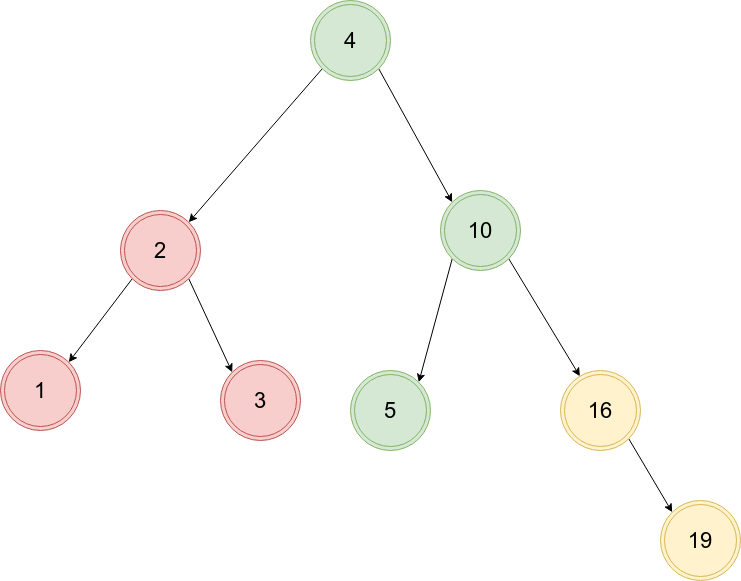
The draw.io diagram algrithem/order_table/sb_ll_右旋.drawio.png in muxicode/c153080686, before a commit. Source tidied: cells renumbered, new cells last; positions are measured from the earlier drawing's top-left corner, leaving out a move shared by most shapes. Its diagram source:
```xml
<mxGraphModel>
  <root>
    <mxCell id="0" />
    <mxCell id="1" parent="0" />
    <mxCell id="2" style="rounded=0;jettySize=auto;html=1;exitX=0;exitY=1;exitDx=0;exitDy=0;entryX=1;entryY=0;entryDx=0;entryDy=0;" parent="1" edge="1" source="4" target="12">
      <mxGeometry relative="1" as="geometry" />
    </mxCell>
    <mxCell id="3" style="rounded=0;jettySize=auto;html=1;exitX=1;exitY=1;exitDx=0;exitDy=0;entryX=0;entryY=0;entryDx=0;entryDy=0;" parent="1" edge="1" source="4" target="9">
      <mxGeometry relative="1" as="geometry" />
    </mxCell>
    <mxCell id="4" value="&lt;span style=&quot;font-size: 22px;&quot;&gt;4&lt;/span&gt;" style="ellipse;shape=doubleEllipse;whiteSpace=wrap;html=1;fillColor=#d5e8d4;strokeColor=#82b366;" parent="1" vertex="1">
      <mxGeometry x="310" width="80" height="80" as="geometry" />
    </mxCell>
    <mxCell id="5" style="rounded=0;jettySize=auto;html=1;exitX=1;exitY=1;exitDx=0;exitDy=0;entryX=0;entryY=0;entryDx=0;entryDy=0;" parent="1" edge="1" source="6" target="13">
      <mxGeometry relative="1" as="geometry" />
    </mxCell>
    <mxCell id="6" value="&lt;font style=&quot;font-size: 22px;&quot;&gt;16&lt;/font&gt;" style="ellipse;shape=doubleEllipse;whiteSpace=wrap;html=1;fillColor=#fff2cc;strokeColor=#d6b656;" parent="1" vertex="1">
      <mxGeometry x="560" y="370" width="80" height="80" as="geometry" />
    </mxCell>
    <mxCell id="7" style="edgeStyle=none;rounded=0;jettySize=auto;html=1;exitX=1;exitY=1;exitDx=0;exitDy=0;" parent="1" edge="1" source="9" target="6">
      <mxGeometry relative="1" as="geometry" />
    </mxCell>
    <mxCell id="8" style="rounded=0;jettySize=auto;html=1;exitX=0;exitY=1;exitDx=0;exitDy=0;entryX=1;entryY=0;entryDx=0;entryDy=0;" parent="1" edge="1" source="9" target="15">
      <mxGeometry relative="1" as="geometry" />
    </mxCell>
    <mxCell id="9" value="&lt;font style=&quot;font-size: 22px;&quot;&gt;10&lt;/font&gt;" style="ellipse;shape=doubleEllipse;whiteSpace=wrap;html=1;fillColor=#d5e8d4;strokeColor=#82b366;" parent="1" vertex="1">
      <mxGeometry x="440" y="190" width="80" height="80" as="geometry" />
    </mxCell>
    <mxCell id="10" style="rounded=0;jettySize=auto;html=1;exitX=0;exitY=1;exitDx=0;exitDy=0;entryX=1;entryY=0;entryDx=0;entryDy=0;" parent="1" edge="1" source="12" target="16">
      <mxGeometry relative="1" as="geometry" />
    </mxCell>
    <mxCell id="11" style="rounded=0;jettySize=auto;html=1;exitX=1;exitY=1;exitDx=0;exitDy=0;entryX=0;entryY=0;entryDx=0;entryDy=0;" parent="1" edge="1" source="12" target="14">
      <mxGeometry relative="1" as="geometry" />
    </mxCell>
    <mxCell id="12" value="&lt;span style=&quot;font-size: 22px;&quot;&gt;2&lt;/span&gt;" style="ellipse;shape=doubleEllipse;whiteSpace=wrap;html=1;fillColor=#f8cecc;strokeColor=#b85450;" parent="1" vertex="1">
      <mxGeometry x="120" y="210" width="80" height="80" as="geometry" />
    </mxCell>
    <mxCell id="13" value="&lt;font style=&quot;font-size: 22px;&quot;&gt;19&lt;/font&gt;" style="ellipse;shape=doubleEllipse;whiteSpace=wrap;html=1;fillColor=#fff2cc;strokeColor=#d6b656;" parent="1" vertex="1">
      <mxGeometry x="660" y="500" width="80" height="80" as="geometry" />
    </mxCell>
    <mxCell id="14" value="&lt;font style=&quot;font-size: 22px;&quot;&gt;3&lt;/font&gt;" style="ellipse;shape=doubleEllipse;whiteSpace=wrap;html=1;fillColor=#f8cecc;strokeColor=#b85450;" parent="1" vertex="1">
      <mxGeometry x="220" y="360" width="80" height="80" as="geometry" />
    </mxCell>
    <mxCell id="15" value="&lt;font style=&quot;font-size: 22px;&quot;&gt;5&lt;/font&gt;" style="ellipse;shape=doubleEllipse;whiteSpace=wrap;html=1;fillColor=#d5e8d4;strokeColor=#82b366;" parent="1" vertex="1">
      <mxGeometry x="350" y="370" width="80" height="80" as="geometry" />
    </mxCell>
    <mxCell id="16" value="&lt;font style=&quot;font-size: 22px;&quot;&gt;1&lt;/font&gt;" style="ellipse;shape=doubleEllipse;whiteSpace=wrap;html=1;fillColor=#f8cecc;strokeColor=#b85450;" parent="1" vertex="1">
      <mxGeometry y="350" width="80" height="80" as="geometry" />
    </mxCell>
  </root>
</mxGraphModel>
```
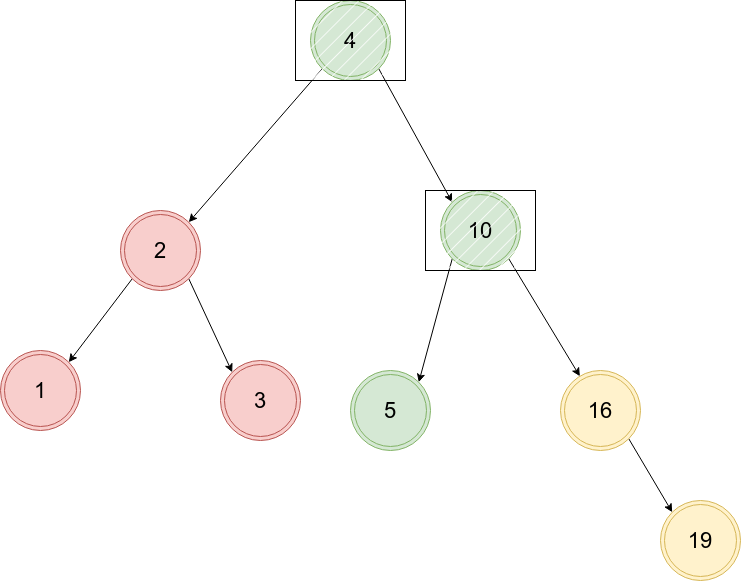
The same diagram one commit later.

What changed in the source:
```diff
@@ -47,5 +47,11 @@
     <mxCell id="16" value="&lt;font style=&quot;font-size: 22px;&quot;&gt;1&lt;/font&gt;" style="ellipse;shape=doubleEllipse;whiteSpace=wrap;html=1;fillColor=#f8cecc;strokeColor=#b85450;" parent="1" vertex="1">
       <mxGeometry y="350" width="80" height="80" as="geometry" />
     </mxCell>
+    <mxCell id="17" style="rounded=0;whiteSpace=wrap;html=1;fillStyle=hatch;" parent="1" vertex="1">
+      <mxGeometry x="295" width="110" height="80" as="geometry" />
+    </mxCell>
+    <mxCell id="18" style="rounded=0;whiteSpace=wrap;html=1;fillStyle=hatch;" parent="1" vertex="1">
+      <mxGeometry x="425" y="190" width="110" height="80" as="geometry" />
+    </mxCell>
   </root>
 </mxGraphModel>
```
